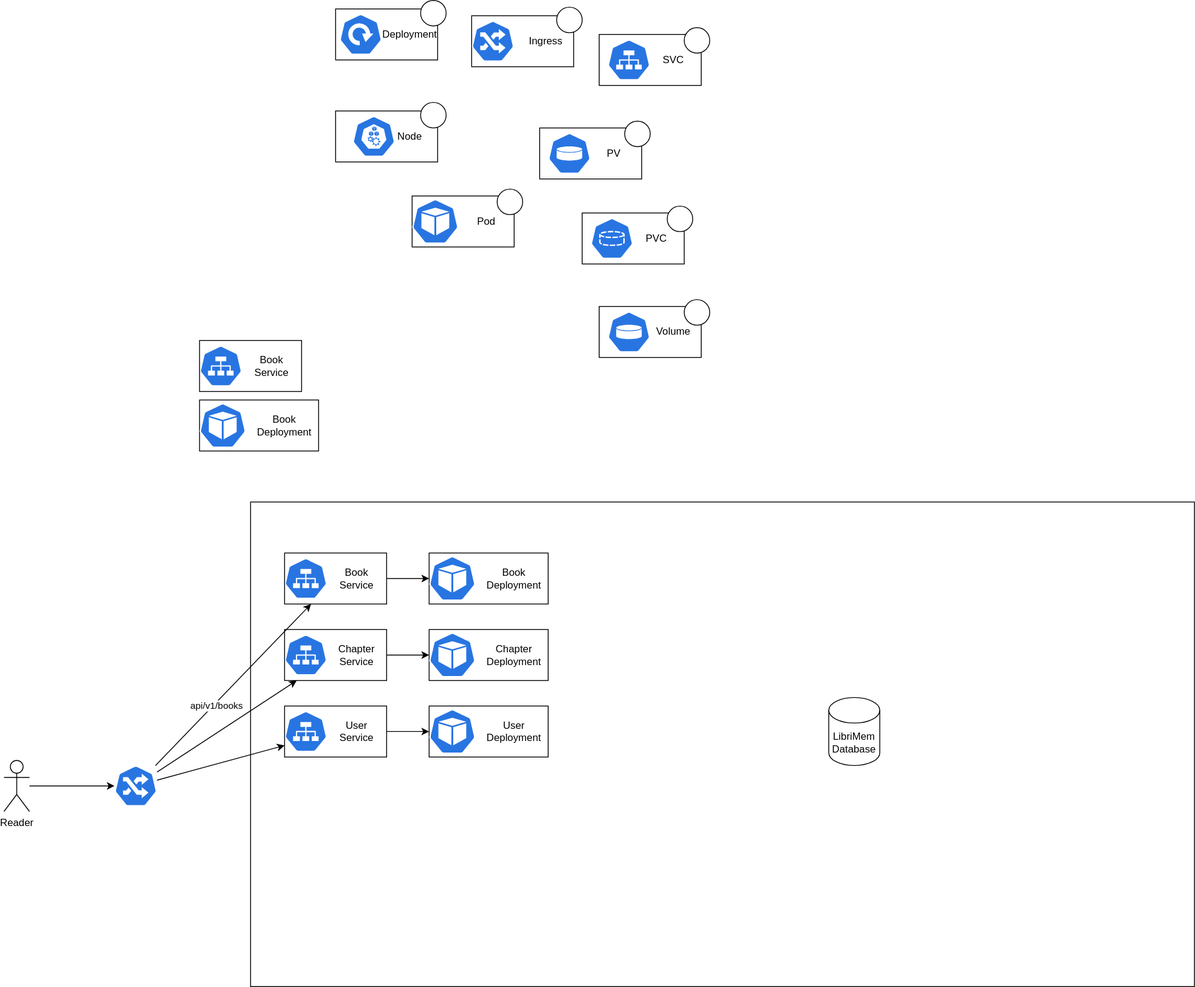
Earlier version of the draw.io export api/deployment.svg (Erinbro/librimem). Source tidied: cells renumbered, new cells last; positions are measured from the earlier drawing's top-left corner, leaving out a move shared by most shapes.
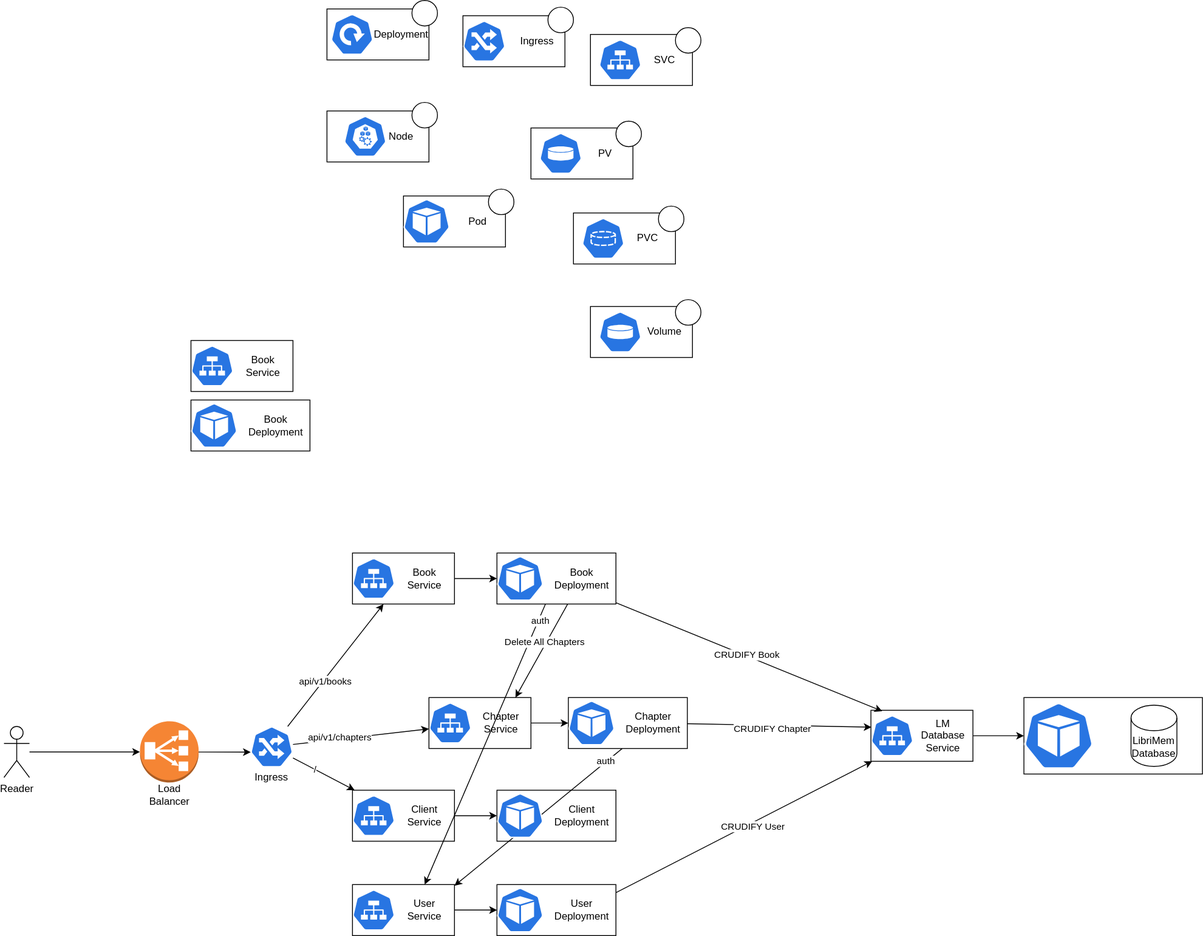
Later version of the same file.

The edit, as a diff of the source:
```diff
@@ -2,6 +2,14 @@
   <root>
     <mxCell id="0" />
     <mxCell id="1" parent="0" />
+    <mxCell id="97" style="edgeStyle=none;rounded=0;jettySize=auto;html=1;entryX=0.5;entryY=0;entryDx=0;entryDy=0;" parent="1" edge="1" source="70" target="91">
+      <mxGeometry relative="1" as="geometry" />
+    </mxCell>
+    <mxCell id="98" value="auth" style="edgeLabel;html=1;align=center;verticalAlign=middle;" parent="97" vertex="1">
+      <mxGeometry x="0.38" y="-1" relative="1" as="geometry">
+        <mxPoint x="92" y="-207" as="offset" />
+      </mxGeometry>
+    </mxCell>
     <mxCell id="2" style="group;" parent="1" vertex="1">
       <mxGeometry x="480" y="230" width="140" height="60" as="geometry" />
     </mxCell>
@@ -155,9 +163,6 @@
     <mxCell id="52" style="sketch=0;html=1;dashed=0;whitespace=wrap;fillColor=#2875E2;strokeColor=#ffffff;verticalLabelPosition=bottom;align=center;verticalAlign=top;shape=mxgraph.kubernetes.icon;prIcon=pv;" parent="49" vertex="1">
       <mxGeometry x="10" y="6" width="50" height="48" as="geometry" />
     </mxCell>
-    <mxCell id="53" style="rounded=0;whiteSpace=wrap;html=1;fillColor=none;" parent="1" vertex="1">
-      <mxGeometry x="290" y="590" width="1110" height="570" as="geometry" />
-    </mxCell>
     <mxCell id="54" style="edgeStyle=none;rounded=0;jettySize=auto;html=1;" parent="1" edge="1" source="58" target="63">
       <mxGeometry relative="1" as="geometry" />
     </mxCell>
@@ -167,20 +172,17 @@
     <mxCell id="56" style="edgeStyle=none;rounded=0;jettySize=auto;html=1;" parent="1" edge="1" source="58" target="81">
       <mxGeometry relative="1" as="geometry" />
     </mxCell>
-    <mxCell id="57" style="edgeStyle=none;rounded=0;jettySize=auto;html=1;" parent="1" edge="1" source="58" target="90">
-      <mxGeometry relative="1" as="geometry" />
-    </mxCell>
-    <mxCell id="58" style="sketch=0;html=1;dashed=0;whitespace=wrap;fillColor=#2875E2;strokeColor=#ffffff;points=[[0.005,0.63,0],[0.1,0.2,0],[0.9,0.2,0],[0.5,0,0],[0.995,0.63,0],[0.72,0.99,0],[0.5,1,0],[0.28,0.99,0]];verticalLabelPosition=bottom;align=center;verticalAlign=top;shape=mxgraph.kubernetes.icon;prIcon=ing;" parent="1" vertex="1">
-      <mxGeometry x="130" y="900" width="50" height="48" as="geometry" />
-    </mxCell>
+    <mxCell id="99" value="api/v1/chapters" style="edgeLabel;html=1;align=center;verticalAlign=middle;" parent="56" vertex="1">
+      <mxGeometry x="-0.31" y="2" relative="1" as="geometry" />
+    </mxCell>
-    <mxCell id="59" style="rounded=0;jettySize=auto;html=1;" parent="1" edge="1" source="60" target="58">
+    <mxCell id="59" style="rounded=0;jettySize=auto;html=1;" parent="1" edge="1" source="60" target="111">
       <mxGeometry relative="1" as="geometry" />
     </mxCell>
     <mxCell id="60" value="Reader" style="shape=umlActor;verticalLabelPosition=bottom;verticalAlign=top;html=1;outlineConnect=0;fillColor=none;" parent="1" vertex="1">
-      <mxGeometry y="894" width="30" height="60" as="geometry" />
+      <mxGeometry x="10" y="854" width="30" height="60" as="geometry" />
     </mxCell>
     <mxCell id="61" style="group;" parent="1" vertex="1">
-      <mxGeometry x="330" y="650" width="120" height="60" as="geometry" />
+      <mxGeometry x="420" y="650" width="120" height="60" as="geometry" />
     </mxCell>
     <mxCell id="62" style="sketch=0;html=1;dashed=0;whitespace=wrap;fillColor=#2875E2;strokeColor=#ffffff;verticalLabelPosition=bottom;align=center;verticalAlign=top;shape=mxgraph.kubernetes.icon;prIcon=svc;" parent="61" vertex="1">
       <mxGeometry y="6" width="50" height="48" as="geometry" />
@@ -204,7 +206,7 @@
       <mxGeometry width="54.5" height="60" as="geometry" />
     </mxCell>
     <mxCell id="69" style="group;" parent="1" vertex="1">
-      <mxGeometry x="500" y="650" width="140" height="60" as="geometry" />
+      <mxGeometry x="590" y="650" width="140" height="60" as="geometry" />
     </mxCell>
     <mxCell id="70" style="rounded=0;whiteSpace=wrap;html=1;fillColor=none;strokeColor=default;" parent="69" vertex="1">
       <mxGeometry width="140" height="60" as="geometry" />
@@ -218,9 +220,6 @@
     <mxCell id="73" style="edgeStyle=none;rounded=0;jettySize=auto;html=1;" parent="1" edge="1" source="63" target="70">
       <mxGeometry relative="1" as="geometry" />
     </mxCell>
-    <mxCell id="74" value="LibriMem&lt;br&gt;Database" style="shape=cylinder3;whiteSpace=wrap;html=1;boundedLbl=1;backgroundOutline=1;size=15;strokeColor=default;fillColor=none;" parent="1" vertex="1">
-      <mxGeometry x="970" y="820" width="60" height="80" as="geometry" />
-    </mxCell>
     <mxCell id="75" style="group;" parent="1" vertex="1">
       <mxGeometry x="230" y="400" width="120" height="60" as="geometry" />
     </mxCell>
@@ -233,20 +232,8 @@
     <mxCell id="78" value="Book&lt;br&gt;Service" style="text;html=1;strokeColor=none;fillColor=none;align=center;verticalAlign=middle;whiteSpace=wrap;rounded=0;" parent="75" vertex="1">
       <mxGeometry x="50" width="70" height="60" as="geometry" />
     </mxCell>
-    <mxCell id="79" style="group;" parent="1" vertex="1">
-      <mxGeometry x="330" y="740" width="120" height="60" as="geometry" />
-    </mxCell>
-    <mxCell id="80" style="sketch=0;html=1;dashed=0;whitespace=wrap;fillColor=#2875E2;strokeColor=#ffffff;verticalLabelPosition=bottom;align=center;verticalAlign=top;shape=mxgraph.kubernetes.icon;prIcon=svc;" parent="79" vertex="1">
-      <mxGeometry y="6" width="50" height="48" as="geometry" />
-    </mxCell>
-    <mxCell id="81" style="rounded=0;whiteSpace=wrap;html=1;strokeColor=default;fillColor=none;" parent="79" vertex="1">
-      <mxGeometry width="120" height="60" as="geometry" />
-    </mxCell>
-    <mxCell id="82" value="Chapter&lt;br&gt;Service" style="text;html=1;strokeColor=none;fillColor=none;align=center;verticalAlign=middle;whiteSpace=wrap;rounded=0;" parent="79" vertex="1">
-      <mxGeometry x="50" width="70" height="60" as="geometry" />
-    </mxCell>
     <mxCell id="83" style="group;" parent="1" vertex="1">
-      <mxGeometry x="500" y="740" width="140" height="60" as="geometry" />
+      <mxGeometry x="674" y="820" width="140" height="60" as="geometry" />
     </mxCell>
     <mxCell id="84" style="rounded=0;whiteSpace=wrap;html=1;fillColor=none;strokeColor=default;" parent="83" vertex="1">
       <mxGeometry width="140" height="60" as="geometry" />
@@ -261,7 +248,7 @@
       <mxGeometry relative="1" as="geometry" />
     </mxCell>
     <mxCell id="88" style="group;" parent="1" vertex="1">
-      <mxGeometry x="330" y="830" width="120" height="60" as="geometry" />
+      <mxGeometry x="420" y="1040" width="120" height="60" as="geometry" />
     </mxCell>
     <mxCell id="89" style="sketch=0;html=1;dashed=0;whitespace=wrap;fillColor=#2875E2;strokeColor=#ffffff;verticalLabelPosition=bottom;align=center;verticalAlign=top;shape=mxgraph.kubernetes.icon;prIcon=svc;" parent="88" vertex="1">
       <mxGeometry y="6" width="50" height="48" as="geometry" />
@@ -273,7 +260,7 @@
       <mxGeometry x="50" width="70" height="60" as="geometry" />
     </mxCell>
     <mxCell id="92" style="group;" parent="1" vertex="1">
-      <mxGeometry x="500" y="830" width="140" height="60" as="geometry" />
+      <mxGeometry x="590" y="1040" width="140" height="60" as="geometry" />
     </mxCell>
     <mxCell id="93" style="rounded=0;whiteSpace=wrap;html=1;fillColor=none;strokeColor=default;" parent="92" vertex="1">
       <mxGeometry width="140" height="60" as="geometry" />
@@ -287,5 +274,134 @@
     <mxCell id="96" style="edgeStyle=none;rounded=0;jettySize=auto;html=1;entryX=0;entryY=0.5;entryDx=0;entryDy=0;" parent="1" edge="1" source="90" target="93">
       <mxGeometry relative="1" as="geometry" />
     </mxCell>
+    <mxCell id="100" style="rounded=0;jettySize=auto;html=1;entryX=0.11;entryY=0.017;entryDx=0;entryDy=0;entryPerimeter=0;" parent="1" edge="1" source="70" target="118">
+      <mxGeometry relative="1" as="geometry" />
+    </mxCell>
+    <mxCell id="101" value="CRUDIFY Book" style="edgeLabel;html=1;align=center;verticalAlign=middle;" parent="100" vertex="1">
+      <mxGeometry x="-0.02" y="1" relative="1" as="geometry" />
+    </mxCell>
+    <mxCell id="102" style="edgeStyle=none;rounded=0;jettySize=auto;html=1;entryX=0.005;entryY=0.331;entryDx=0;entryDy=0;entryPerimeter=0;" parent="1" edge="1" source="85" target="118">
+      <mxGeometry relative="1" as="geometry" />
+    </mxCell>
+    <mxCell id="103" value="CRUDIFY Chapter" style="edgeLabel;html=1;align=center;verticalAlign=middle;" parent="102" vertex="1">
+      <mxGeometry x="-0.09" y="-4" relative="1" as="geometry" />
+    </mxCell>
+    <mxCell id="104" style="edgeStyle=none;rounded=0;jettySize=auto;html=1;" parent="1" edge="1" source="94" target="118">
+      <mxGeometry relative="1" as="geometry" />
+    </mxCell>
+    <mxCell id="105" value="CRUDIFY User" style="edgeLabel;html=1;align=center;verticalAlign=middle;" parent="104" vertex="1">
+      <mxGeometry x="0.05" y="-4" relative="1" as="geometry" />
+    </mxCell>
+    <mxCell id="106" style="edgeStyle=none;rounded=0;jettySize=auto;html=1;" parent="1" edge="1" source="71" target="82">
+      <mxGeometry relative="1" as="geometry" />
+    </mxCell>
+    <mxCell id="107" value="Delete All Chapters" style="edgeLabel;html=1;align=center;verticalAlign=middle;" parent="106" vertex="1">
+      <mxGeometry x="-0.16" y="-2" relative="1" as="geometry" />
+    </mxCell>
+    <mxCell id="108" style="group;" parent="1" vertex="1">
+      <mxGeometry x="300" y="854" width="60" height="84" as="geometry" />
+    </mxCell>
+    <mxCell id="58" style="sketch=0;html=1;dashed=0;whitespace=wrap;fillColor=#2875E2;strokeColor=#ffffff;points=[[0.005,0.63,0],[0.1,0.2,0],[0.9,0.2,0],[0.5,0,0],[0.995,0.63,0],[0.72,0.99,0],[0.5,1,0],[0.28,0.99,0]];verticalLabelPosition=bottom;align=center;verticalAlign=top;shape=mxgraph.kubernetes.icon;prIcon=ing;" parent="108" vertex="1">
+      <mxGeometry width="50" height="48" as="geometry" />
+    </mxCell>
+    <mxCell id="109" value="Ingress" style="text;html=1;strokeColor=none;fillColor=none;align=center;verticalAlign=middle;whiteSpace=wrap;rounded=0;" parent="108" vertex="1">
+      <mxGeometry x="-5" y="45" width="60" height="30" as="geometry" />
+    </mxCell>
+    <mxCell id="110" style="group;" parent="1" vertex="1">
+      <mxGeometry x="170" y="848" width="69" height="102" as="geometry" />
+    </mxCell>
+    <mxCell id="111" style="outlineConnect=0;dashed=0;verticalLabelPosition=bottom;verticalAlign=top;align=center;html=1;shape=mxgraph.aws3.classic_load_balancer;fillColor=#F58534;gradientColor=none;" parent="110" vertex="1">
+      <mxGeometry width="69" height="72" as="geometry" />
+    </mxCell>
+    <mxCell id="112" value="Load Balancer" style="text;html=1;strokeColor=none;fillColor=none;align=center;verticalAlign=middle;whiteSpace=wrap;rounded=0;" parent="110" vertex="1">
+      <mxGeometry x="5" y="72" width="60" height="30" as="geometry" />
+    </mxCell>
+    <mxCell id="113" style="edgeStyle=none;rounded=0;jettySize=auto;html=1;entryX=0.005;entryY=0.63;entryDx=0;entryDy=0;entryPerimeter=0;" parent="1" edge="1" source="111" target="58">
+      <mxGeometry relative="1" as="geometry" />
+    </mxCell>
+    <mxCell id="114" style="edgeStyle=none;rounded=0;jettySize=auto;html=1;" parent="1" edge="1" source="85" target="91">
+      <mxGeometry relative="1" as="geometry" />
+    </mxCell>
+    <mxCell id="115" value="auth" style="edgeLabel;html=1;align=center;verticalAlign=middle;" parent="114" vertex="1">
+      <mxGeometry x="-0.1" y="-1" relative="1" as="geometry">
+        <mxPoint x="70" y="-57" as="offset" />
+      </mxGeometry>
+    </mxCell>
+    <mxCell id="79" style="group;" parent="1" vertex="1">
+      <mxGeometry x="510" y="820" width="120" height="60" as="geometry" />
+    </mxCell>
+    <mxCell id="80" style="sketch=0;html=1;dashed=0;whitespace=wrap;fillColor=#2875E2;strokeColor=#ffffff;verticalLabelPosition=bottom;align=center;verticalAlign=top;shape=mxgraph.kubernetes.icon;prIcon=svc;" parent="79" vertex="1">
+      <mxGeometry y="6" width="50" height="48" as="geometry" />
+    </mxCell>
+    <mxCell id="81" style="rounded=0;whiteSpace=wrap;html=1;strokeColor=default;fillColor=none;" parent="79" vertex="1">
+      <mxGeometry width="120" height="60" as="geometry" />
+    </mxCell>
+    <mxCell id="82" value="Chapter&lt;br&gt;Service" style="text;html=1;strokeColor=none;fillColor=none;align=center;verticalAlign=middle;whiteSpace=wrap;rounded=0;" parent="79" vertex="1">
+      <mxGeometry x="50" width="70" height="60" as="geometry" />
+    </mxCell>
+    <mxCell id="116" style="group;" parent="1" vertex="1">
+      <mxGeometry x="1030" y="835" width="120" height="60" as="geometry" />
+    </mxCell>
+    <mxCell id="117" style="sketch=0;html=1;dashed=0;whitespace=wrap;fillColor=#2875E2;strokeColor=#ffffff;verticalLabelPosition=bottom;align=center;verticalAlign=top;shape=mxgraph.kubernetes.icon;prIcon=svc;" parent="116" vertex="1">
+      <mxGeometry y="6" width="50" height="48" as="geometry" />
+    </mxCell>
+    <mxCell id="118" style="rounded=0;whiteSpace=wrap;html=1;strokeColor=default;fillColor=none;" parent="116" vertex="1">
+      <mxGeometry width="120" height="60" as="geometry" />
+    </mxCell>
+    <mxCell id="119" value="LM Database Service" style="text;html=1;strokeColor=none;fillColor=none;align=center;verticalAlign=middle;whiteSpace=wrap;rounded=0;" parent="116" vertex="1">
+      <mxGeometry x="50" width="70" height="60" as="geometry" />
+    </mxCell>
+    <mxCell id="120" style="group;" parent="1" vertex="1">
+      <mxGeometry x="1210" y="820" width="210" height="90" as="geometry" />
+    </mxCell>
+    <mxCell id="121" style="rounded=0;whiteSpace=wrap;html=1;fillColor=none;strokeColor=default;" parent="120" vertex="1">
+      <mxGeometry width="210" height="90" as="geometry" />
+    </mxCell>
+    <mxCell id="122" style="sketch=0;html=1;dashed=0;whitespace=wrap;fillColor=#2875E2;strokeColor=#ffffff;verticalLabelPosition=bottom;align=center;verticalAlign=top;shape=mxgraph.kubernetes.icon;prIcon=pod;" parent="120" vertex="1">
+      <mxGeometry width="81.8" height="90" as="geometry" />
+    </mxCell>
+    <mxCell id="74" value="LibriMem&lt;br&gt;Database" style="shape=cylinder3;whiteSpace=wrap;html=1;boundedLbl=1;backgroundOutline=1;size=15;strokeColor=default;fillColor=none;" parent="120" vertex="1">
+      <mxGeometry x="126" y="9" width="54" height="72" as="geometry" />
+    </mxCell>
+    <mxCell id="123" style="edgeStyle=none;rounded=0;jettySize=auto;html=1;entryX=0;entryY=0.5;entryDx=0;entryDy=0;" parent="1" edge="1" source="119" target="121">
+      <mxGeometry relative="1" as="geometry" />
+    </mxCell>
+    <mxCell id="124" style="group;" parent="1" vertex="1">
+      <mxGeometry x="420" y="929" width="120" height="60" as="geometry" />
+    </mxCell>
+    <mxCell id="125" style="sketch=0;html=1;dashed=0;whitespace=wrap;fillColor=#2875E2;strokeColor=#ffffff;verticalLabelPosition=bottom;align=center;verticalAlign=top;shape=mxgraph.kubernetes.icon;prIcon=svc;" parent="124" vertex="1">
+      <mxGeometry y="6" width="50" height="48" as="geometry" />
+    </mxCell>
+    <mxCell id="126" style="rounded=0;whiteSpace=wrap;html=1;strokeColor=default;fillColor=none;" parent="124" vertex="1">
+      <mxGeometry width="120" height="60" as="geometry" />
+    </mxCell>
+    <mxCell id="127" value="Client Service" style="text;html=1;strokeColor=none;fillColor=none;align=center;verticalAlign=middle;whiteSpace=wrap;rounded=0;" parent="124" vertex="1">
+      <mxGeometry x="50" width="70" height="60" as="geometry" />
+    </mxCell>
+    <mxCell id="128" style="group;" parent="1" vertex="1">
+      <mxGeometry x="590" y="929" width="140" height="60" as="geometry" />
+    </mxCell>
+    <mxCell id="129" style="rounded=0;whiteSpace=wrap;html=1;fillColor=none;strokeColor=default;" parent="128" vertex="1">
+      <mxGeometry width="140" height="60" as="geometry" />
+    </mxCell>
+    <mxCell id="130" value="Client Deployment" style="text;html=1;strokeColor=none;fillColor=none;align=center;verticalAlign=middle;whiteSpace=wrap;rounded=0;" parent="128" vertex="1">
+      <mxGeometry x="60" width="80" height="60" as="geometry" />
+    </mxCell>
+    <mxCell id="131" style="sketch=0;html=1;dashed=0;whitespace=wrap;fillColor=#2875E2;strokeColor=#ffffff;verticalLabelPosition=bottom;align=center;verticalAlign=top;shape=mxgraph.kubernetes.icon;prIcon=pod;" parent="128" vertex="1">
+      <mxGeometry width="54.5" height="60" as="geometry" />
+    </mxCell>
+    <mxCell id="132" style="edgeStyle=none;rounded=0;jettySize=auto;html=1;" parent="1" edge="1" source="127">
+      <mxGeometry relative="1" as="geometry">
+        <mxPoint x="590" y="959" as="targetPoint" />
+      </mxGeometry>
+    </mxCell>
+    <mxCell id="133" style="edgeStyle=none;rounded=0;jettySize=auto;html=1;" parent="1" edge="1" source="58" target="126">
+      <mxGeometry relative="1" as="geometry" />
+    </mxCell>
+    <mxCell id="134" value="/" style="edgeLabel;html=1;align=center;verticalAlign=middle;" parent="133" vertex="1">
+      <mxGeometry x="-0.3" y="-1" relative="1" as="geometry">
+        <mxPoint y="-1" as="offset" />
+      </mxGeometry>
+    </mxCell>
   </root>
 </mxGraphModel>
```
